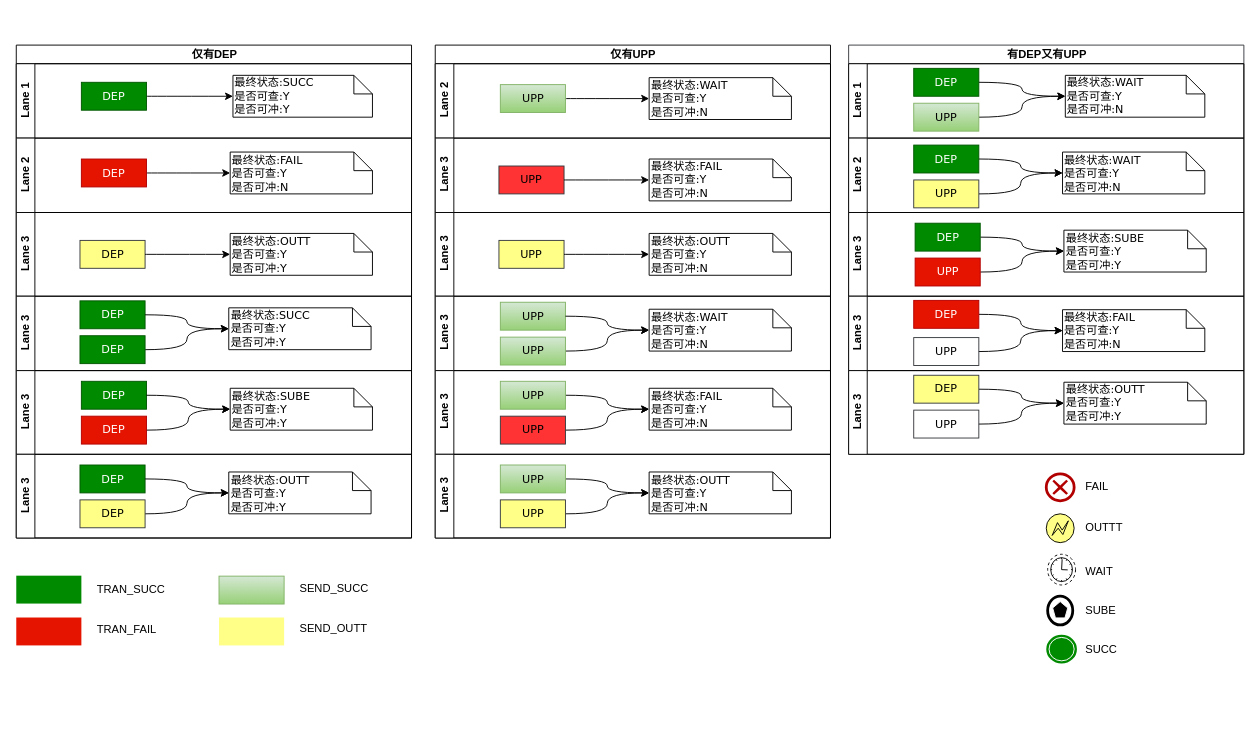
Above: 清算引擎交互流程图.drawio in staconfree/design (draw.io), before the change. Source tidied: cells renumbered, new cells numbered last; positions are measured from the earlier drawing's top-left corner, leaving out a move shared by most shapes. Both pictures are drawn from the tidied source at 93%, with x=0, y=0 at pixel (16, 45). Pictures stored in the file or linked from it are replaced by grey dashed boxes.
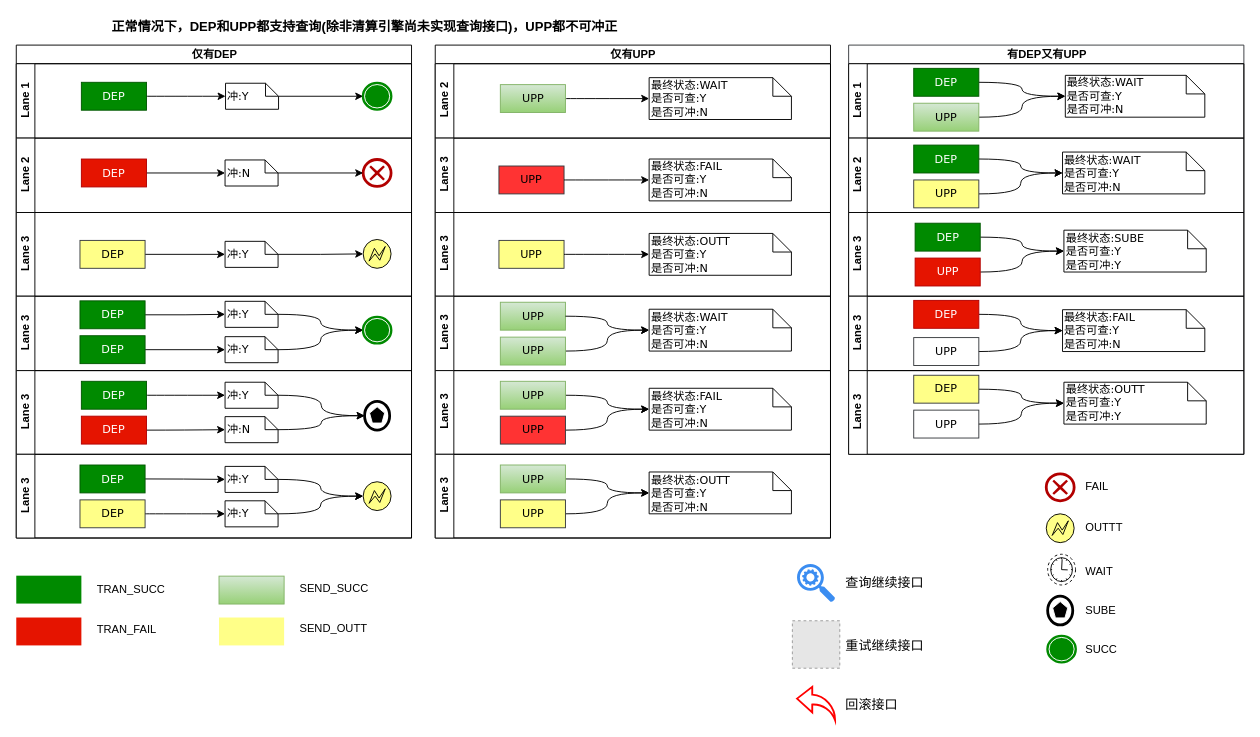
After the change.

Commit message (it also covers changes not shown here):
更新清算引擎交互流程图.drawio

Unchanged cells that the change refers to:
```xml
<mxCell id="3" value="Lane 1" style="swimlane;html=1;startSize=20;horizontal=0;" parent="2" vertex="1">
  <mxGeometry y="20" width="425" height="80" as="geometry" />
</mxCell>
<mxCell id="7" value="Lane 2" style="swimlane;html=1;startSize=20;horizontal=0;" parent="2" vertex="1">
  <mxGeometry y="100" width="425" height="80" as="geometry" />
</mxCell>
<mxCell id="9" value="DEP" style="rounded=0;whiteSpace=wrap;html=1;shadow=0;comic=0;labelBackgroundColor=none;strokeColor=#B20000;strokeWidth=1;fillColor=#e51400;fontFamily=Verdana;fontSize=12;fontColor=#ffffff;align=center;arcSize=50;" parent="7" vertex="1">
  <mxGeometry x="70" y="22.5" width="70" height="30" as="geometry" />
</mxCell>
<mxCell id="11" value="Lane 3" style="swimlane;html=1;startSize=20;horizontal=0;" parent="2" vertex="1">
  <mxGeometry y="180" width="425" height="90" as="geometry" />
</mxCell>
<mxCell id="12" value="DEP" style="rounded=0;whiteSpace=wrap;html=1;shadow=0;comic=0;labelBackgroundColor=none;strokeColor=#36393d;strokeWidth=1;fillColor=#ffff88;fontFamily=Verdana;fontSize=12;align=center;arcSize=50;" parent="11" vertex="1">
  <mxGeometry x="68.5" y="30" width="70" height="30" as="geometry" />
</mxCell>
<mxCell id="15" value="Lane 3" style="swimlane;html=1;startSize=20;horizontal=0;" parent="2" vertex="1">
  <mxGeometry y="270" width="425" height="80" as="geometry" />
</mxCell>
<mxCell id="16" value="DEP" style="rounded=0;whiteSpace=wrap;html=1;shadow=0;comic=0;labelBackgroundColor=none;strokeColor=#005700;strokeWidth=1;fillColor=#008a00;fontFamily=Verdana;fontSize=12;align=center;arcSize=50;fontColor=#ffffff;" parent="15" vertex="1">
  <mxGeometry x="68.5" y="5" width="70" height="30" as="geometry" />
</mxCell>
<mxCell id="20" value="DEP" style="rounded=0;whiteSpace=wrap;html=1;shadow=0;comic=0;labelBackgroundColor=none;strokeColor=#005700;strokeWidth=1;fillColor=#008a00;fontFamily=Verdana;fontSize=12;align=center;arcSize=50;fontColor=#ffffff;" parent="15" vertex="1">
  <mxGeometry x="68.5" y="42.5" width="70" height="30" as="geometry" />
</mxCell>
<mxCell id="21" value="Lane 3" style="swimlane;html=1;startSize=20;horizontal=0;" parent="2" vertex="1">
  <mxGeometry y="350" width="425" height="90" as="geometry" />
</mxCell>
<mxCell id="22" value="DEP" style="rounded=0;whiteSpace=wrap;html=1;shadow=0;comic=0;labelBackgroundColor=none;strokeColor=#005700;strokeWidth=1;fillColor=#008a00;fontFamily=Verdana;fontSize=12;fontColor=#ffffff;align=center;arcSize=50;" parent="21" vertex="1">
  <mxGeometry x="70" y="11.5" width="70" height="30" as="geometry" />
</mxCell>
<mxCell id="26" value="DEP" style="rounded=0;whiteSpace=wrap;html=1;shadow=0;comic=0;labelBackgroundColor=none;strokeColor=#B20000;strokeWidth=1;fillColor=#e51400;fontFamily=Verdana;fontSize=12;fontColor=#ffffff;align=center;arcSize=50;" parent="21" vertex="1">
  <mxGeometry x="70" y="49" width="70" height="30" as="geometry" />
</mxCell>
<mxCell id="27" value="Lane 3" style="swimlane;html=1;startSize=20;horizontal=0;" parent="2" vertex="1">
  <mxGeometry y="440" width="425" height="90" as="geometry" />
</mxCell>
<mxCell id="28" value="DEP" style="rounded=0;whiteSpace=wrap;html=1;shadow=0;comic=0;labelBackgroundColor=none;strokeColor=#005700;strokeWidth=1;fillColor=#008a00;fontFamily=Verdana;fontSize=12;align=center;arcSize=50;fontColor=#ffffff;" parent="27" vertex="1">
  <mxGeometry x="68.5" y="11.5" width="70" height="30" as="geometry" />
</mxCell>
<mxCell id="32" value="DEP" style="rounded=0;whiteSpace=wrap;html=1;shadow=0;comic=0;labelBackgroundColor=none;strokeColor=#36393d;strokeWidth=1;fillColor=#ffff88;fontFamily=Verdana;fontSize=12;align=center;arcSize=50;" parent="27" vertex="1">
  <mxGeometry x="68.5" y="49" width="70" height="30" as="geometry" />
</mxCell>
```

Diff of the diagram source:
```diff
@@
+    <mxCell id="113" style="edgeStyle=orthogonalEdgeStyle;rounded=0;jettySize=auto;html=1;fontSize=12;" parent="3" edge="1" source="6" target="114">
+      <mxGeometry relative="1" as="geometry" />
+    </mxCell>
-    <mxCell id="6" value="最终状态:SUCC&lt;br&gt;是否可查:Y&lt;br&gt;&lt;div&gt;是否可冲:Y&lt;/div&gt;" style="shape=note;whiteSpace=wrap;html=1;rounded=0;shadow=0;comic=0;labelBackgroundColor=none;strokeColor=#000000;strokeWidth=1;fillColor=#ffffff;fontFamily=Verdana;fontSize=12;fontColor=#000000;align=left;size=20;" parent="3" vertex="1">
-      <mxGeometry x="233" y="12.5" width="150" height="45" as="geometry" />
+    <mxCell id="6" value="冲:Y" style="shape=note;whiteSpace=wrap;html=1;rounded=0;shadow=0;comic=0;labelBackgroundColor=none;strokeColor=#000000;strokeWidth=1;fillColor=#ffffff;fontFamily=Verdana;fontSize=12;fontColor=#000000;align=left;size=14;" parent="3" vertex="1">
+      <mxGeometry x="225" y="21" width="57" height="28" as="geometry" />
     </mxCell>
+    <mxCell id="114" style="shape=mxgraph.bpmn.shape;html=1;verticalLabelPosition=bottom;labelBackgroundColor=#ffffff;verticalAlign=top;align=center;perimeter=ellipsePerimeter;outlineConnect=0;outline=end;symbol=terminate;strokeColor=#008A00;" parent="3" vertex="1">
+      <mxGeometry x="373" y="21" width="30" height="28" as="geometry" />
+    </mxCell>
@@
-    <mxCell id="8" style="edgeStyle=orthogonalEdgeStyle;curved=1;jettySize=auto;html=1;entryX=0;entryY=0.5;entryDx=0;entryDy=0;entryPerimeter=0;fontColor=#000000;" parent="7" edge="1" source="9" target="10">
-      <mxGeometry relative="1" as="geometry" />
-    </mxCell>
+    <mxCell id="115" style="edgeStyle=orthogonalEdgeStyle;rounded=0;jettySize=auto;html=1;entryX=0;entryY=0.5;entryDx=0;entryDy=0;entryPerimeter=0;fontSize=12;" parent="7" edge="1" source="9" target="118">
+      <mxGeometry relative="1" as="geometry" />
+    </mxCell>
@@
-    <mxCell id="10" value="最终状态:FAIL&lt;br&gt;是否可查:Y&lt;br&gt;&lt;div&gt;是否可冲:N&lt;/div&gt;" style="shape=note;whiteSpace=wrap;html=1;rounded=0;shadow=0;comic=0;labelBackgroundColor=none;strokeColor=#000000;strokeWidth=1;fillColor=#ffffff;fontFamily=Verdana;fontSize=12;fontColor=#000000;align=left;size=20;" parent="7" vertex="1">
-      <mxGeometry x="230" y="15" width="153" height="45" as="geometry" />
-    </mxCell>
+    <mxCell id="116" style="shape=mxgraph.bpmn.shape;html=1;verticalLabelPosition=bottom;labelBackgroundColor=#ffffff;verticalAlign=top;align=center;perimeter=ellipsePerimeter;outlineConnect=0;outline=end;symbol=cancel;fillColor=none;strokeColor=#B20000;fontColor=#ffffff;" parent="7" vertex="1">
+      <mxGeometry x="373" y="23" width="30" height="29" as="geometry" />
+    </mxCell>
+    <mxCell id="117" style="edgeStyle=orthogonalEdgeStyle;rounded=0;jettySize=auto;html=1;fontSize=12;" parent="7" edge="1" source="118" target="116">
+      <mxGeometry relative="1" as="geometry" />
+    </mxCell>
+    <mxCell id="118" value="冲:N" style="shape=note;whiteSpace=wrap;html=1;rounded=0;shadow=0;comic=0;labelBackgroundColor=none;strokeColor=#000000;strokeWidth=1;fillColor=#ffffff;fontFamily=Verdana;fontSize=12;fontColor=#000000;align=left;size=14;" parent="7" vertex="1">
+      <mxGeometry x="224.5" y="23.5" width="57" height="28" as="geometry" />
+    </mxCell>
@@
+    <mxCell id="119" style="edgeStyle=orthogonalEdgeStyle;rounded=0;jettySize=auto;html=1;entryX=0;entryY=0.5;entryDx=0;entryDy=0;entryPerimeter=0;fontSize=12;" parent="11" edge="1" source="12" target="122">
+      <mxGeometry relative="1" as="geometry" />
+    </mxCell>
@@
-    <mxCell id="13" value="最终状态:OUTT&lt;br&gt;是否可查:Y&lt;br&gt;&lt;div&gt;是否可冲:Y&lt;/div&gt;" style="shape=note;whiteSpace=wrap;html=1;rounded=0;shadow=0;comic=0;labelBackgroundColor=none;strokeColor=#000000;strokeWidth=1;fillColor=#ffffff;fontFamily=Verdana;fontSize=12;fontColor=#000000;align=left;size=20;" parent="11" vertex="1">
-      <mxGeometry x="230" y="22.5" width="153" height="45" as="geometry" />
-    </mxCell>
-    <mxCell id="14" style="edgeStyle=orthogonalEdgeStyle;curved=1;jettySize=auto;html=1;entryX=0;entryY=0.5;entryDx=0;entryDy=0;entryPerimeter=0;fontColor=#000000;" parent="11" edge="1" source="12" target="13">
-      <mxGeometry relative="1" as="geometry" />
-    </mxCell>
+    <mxCell id="120" style="shape=mxgraph.bpmn.shape;html=1;verticalLabelPosition=bottom;labelBackgroundColor=#ffffff;verticalAlign=top;align=center;perimeter=ellipsePerimeter;outlineConnect=0;outline=eventInt;symbol=error;fillColor=#FFFF88;" parent="11" vertex="1">
+      <mxGeometry x="373" y="29" width="30" height="31" as="geometry" />
+    </mxCell>
+    <mxCell id="121" style="edgeStyle=orthogonalEdgeStyle;rounded=0;jettySize=auto;html=1;fontSize=12;" parent="11" edge="1" source="122" target="120">
+      <mxGeometry relative="1" as="geometry" />
+    </mxCell>
+    <mxCell id="122" value="冲:Y" style="shape=note;whiteSpace=wrap;html=1;rounded=0;shadow=0;comic=0;labelBackgroundColor=none;strokeColor=#000000;strokeWidth=1;fillColor=#ffffff;fontFamily=Verdana;fontSize=12;fontColor=#000000;align=left;size=14;" parent="11" vertex="1">
+      <mxGeometry x="224.5" y="31" width="57" height="28" as="geometry" />
+    </mxCell>
@@
+    <mxCell id="123" style="edgeStyle=orthogonalEdgeStyle;rounded=0;jettySize=auto;html=1;fontSize=12;" parent="15" edge="1" source="16" target="126">
+      <mxGeometry relative="1" as="geometry" />
+    </mxCell>
@@
-    <mxCell id="17" value="最终状态:SUCC&lt;br&gt;是否可查:Y&lt;br&gt;&lt;div&gt;是否可冲:Y&lt;/div&gt;" style="shape=note;whiteSpace=wrap;html=1;rounded=0;shadow=0;comic=0;labelBackgroundColor=none;strokeColor=#000000;strokeWidth=1;fillColor=#ffffff;fontFamily=Verdana;fontSize=12;fontColor=#000000;align=left;size=20;" parent="15" vertex="1">
-      <mxGeometry x="228.5" y="12.5" width="153" height="45" as="geometry" />
-    </mxCell>
-    <mxCell id="18" style="edgeStyle=orthogonalEdgeStyle;curved=1;jettySize=auto;html=1;entryX=0;entryY=0.5;entryDx=0;entryDy=0;entryPerimeter=0;fontColor=#000000;" parent="15" edge="1" source="16" target="17">
-      <mxGeometry relative="1" as="geometry" />
-    </mxCell>
-    <mxCell id="19" style="edgeStyle=orthogonalEdgeStyle;curved=1;jettySize=auto;html=1;fontColor=#000000;" parent="15" edge="1" source="20" target="17">
-      <mxGeometry relative="1" as="geometry" />
-    </mxCell>
+    <mxCell id="124" style="edgeStyle=orthogonalEdgeStyle;rounded=0;jettySize=auto;html=1;fontSize=12;" parent="15" edge="1" source="20" target="128">
+      <mxGeometry relative="1" as="geometry" />
+    </mxCell>
@@
+    <mxCell id="125" style="edgeStyle=orthogonalEdgeStyle;jettySize=auto;html=1;fontSize=12;curved=1;" parent="15" edge="1" source="126" target="129">
+      <mxGeometry relative="1" as="geometry" />
+    </mxCell>
+    <mxCell id="126" value="冲:Y" style="shape=note;whiteSpace=wrap;html=1;rounded=0;shadow=0;comic=0;labelBackgroundColor=none;strokeColor=#000000;strokeWidth=1;fillColor=#ffffff;fontFamily=Verdana;fontSize=12;fontColor=#000000;align=left;size=14;" parent="15" vertex="1">
+      <mxGeometry x="224.5" y="5.5" width="57" height="28" as="geometry" />
+    </mxCell>
+    <mxCell id="127" style="edgeStyle=orthogonalEdgeStyle;curved=1;jettySize=auto;html=1;fontSize=12;" parent="15" edge="1" source="128" target="129">
+      <mxGeometry relative="1" as="geometry" />
+    </mxCell>
+    <mxCell id="128" value="冲:Y" style="shape=note;whiteSpace=wrap;html=1;rounded=0;shadow=0;comic=0;labelBackgroundColor=none;strokeColor=#000000;strokeWidth=1;fillColor=#ffffff;fontFamily=Verdana;fontSize=12;fontColor=#000000;align=left;size=14;" parent="15" vertex="1">
+      <mxGeometry x="224.5" y="43.5" width="57" height="28" as="geometry" />
+    </mxCell>
+    <mxCell id="129" style="shape=mxgraph.bpmn.shape;html=1;verticalLabelPosition=bottom;labelBackgroundColor=#ffffff;verticalAlign=top;align=center;perimeter=ellipsePerimeter;outlineConnect=0;outline=end;symbol=terminate;strokeColor=#008A00;" parent="15" vertex="1">
+      <mxGeometry x="373" y="22.5" width="30" height="28" as="geometry" />
+    </mxCell>
@@
+    <mxCell id="130" style="edgeStyle=orthogonalEdgeStyle;curved=1;jettySize=auto;html=1;fontSize=12;" parent="21" edge="1" source="22" target="134">
+      <mxGeometry relative="1" as="geometry" />
+    </mxCell>
@@
-    <mxCell id="23" value="最终状态:SUBE&lt;br&gt;是否可查:Y&lt;br&gt;&lt;div&gt;是否可冲:Y&lt;/div&gt;" style="shape=note;whiteSpace=wrap;html=1;rounded=0;shadow=0;comic=0;labelBackgroundColor=none;strokeColor=#000000;strokeWidth=1;fillColor=#ffffff;fontFamily=Verdana;fontSize=12;fontColor=#000000;align=left;size=20;" parent="21" vertex="1">
-      <mxGeometry x="230" y="19" width="153" height="45" as="geometry" />
-    </mxCell>
-    <mxCell id="24" style="edgeStyle=orthogonalEdgeStyle;curved=1;jettySize=auto;html=1;entryX=0;entryY=0.5;entryDx=0;entryDy=0;entryPerimeter=0;fontColor=#000000;" parent="21" edge="1" source="22" target="23">
-      <mxGeometry relative="1" as="geometry" />
-    </mxCell>
-    <mxCell id="25" style="edgeStyle=orthogonalEdgeStyle;curved=1;jettySize=auto;html=1;fontColor=#000000;" parent="21" edge="1" source="26" target="23">
-      <mxGeometry relative="1" as="geometry" />
-    </mxCell>
+    <mxCell id="131" style="edgeStyle=orthogonalEdgeStyle;curved=1;jettySize=auto;html=1;fontSize=12;" parent="21" edge="1" source="26" target="136">
+      <mxGeometry relative="1" as="geometry" />
+    </mxCell>
@@
+    <mxCell id="132" style="shape=mxgraph.bpmn.shape;html=1;verticalLabelPosition=bottom;labelBackgroundColor=#ffffff;verticalAlign=top;align=center;perimeter=ellipsePerimeter;outlineConnect=0;outline=end;symbol=multiple;" parent="21" vertex="1">
+      <mxGeometry x="374.5" y="33" width="27" height="31" as="geometry" />
+    </mxCell>
+    <mxCell id="133" style="edgeStyle=orthogonalEdgeStyle;curved=1;jettySize=auto;html=1;fontSize=12;" parent="21" edge="1" source="134" target="132">
+      <mxGeometry relative="1" as="geometry" />
+    </mxCell>
+    <mxCell id="134" value="冲:Y" style="shape=note;whiteSpace=wrap;html=1;rounded=0;shadow=0;comic=0;labelBackgroundColor=none;strokeColor=#000000;strokeWidth=1;fillColor=#ffffff;fontFamily=Verdana;fontSize=12;fontColor=#000000;align=left;size=14;" parent="21" vertex="1">
+      <mxGeometry x="224.5" y="12.5" width="57" height="28" as="geometry" />
+    </mxCell>
+    <mxCell id="135" style="edgeStyle=orthogonalEdgeStyle;curved=1;jettySize=auto;html=1;fontSize=12;" parent="21" edge="1" source="136" target="132">
+      <mxGeometry relative="1" as="geometry" />
+    </mxCell>
+    <mxCell id="136" value="冲:N" style="shape=note;whiteSpace=wrap;html=1;rounded=0;shadow=0;comic=0;labelBackgroundColor=none;strokeColor=#000000;strokeWidth=1;fillColor=#ffffff;fontFamily=Verdana;fontSize=12;fontColor=#000000;align=left;size=14;" parent="21" vertex="1">
+      <mxGeometry x="224.5" y="49.5" width="57" height="28" as="geometry" />
+    </mxCell>
@@
+    <mxCell id="137" style="edgeStyle=orthogonalEdgeStyle;curved=1;jettySize=auto;html=1;fontSize=12;" parent="27" edge="1" source="28" target="141">
+      <mxGeometry relative="1" as="geometry" />
+    </mxCell>
@@
-    <mxCell id="29" value="最终状态:OUTT&lt;br&gt;是否可查:Y&lt;br&gt;&lt;div&gt;是否可冲:Y&lt;/div&gt;" style="shape=note;whiteSpace=wrap;html=1;rounded=0;shadow=0;comic=0;labelBackgroundColor=none;strokeColor=#000000;strokeWidth=1;fillColor=#ffffff;fontFamily=Verdana;fontSize=12;fontColor=#000000;align=left;size=20;" parent="27" vertex="1">
-      <mxGeometry x="228.5" y="19" width="153" height="45" as="geometry" />
-    </mxCell>
-    <mxCell id="30" style="edgeStyle=orthogonalEdgeStyle;curved=1;jettySize=auto;html=1;entryX=0;entryY=0.5;entryDx=0;entryDy=0;entryPerimeter=0;fontColor=#000000;" parent="27" edge="1" source="28" target="29">
-      <mxGeometry relative="1" as="geometry" />
-    </mxCell>
-    <mxCell id="31" style="edgeStyle=orthogonalEdgeStyle;curved=1;jettySize=auto;html=1;fontColor=#000000;" parent="27" edge="1" source="32" target="29">
-      <mxGeometry relative="1" as="geometry" />
-    </mxCell>
+    <mxCell id="138" style="edgeStyle=orthogonalEdgeStyle;curved=1;jettySize=auto;html=1;entryX=0;entryY=0.5;entryDx=0;entryDy=0;entryPerimeter=0;fontSize=12;" parent="27" edge="1" source="32" target="143">
+      <mxGeometry relative="1" as="geometry" />
+    </mxCell>
@@
+    <mxCell id="139" style="shape=mxgraph.bpmn.shape;html=1;verticalLabelPosition=bottom;labelBackgroundColor=#ffffff;verticalAlign=top;align=center;perimeter=ellipsePerimeter;outlineConnect=0;outline=eventInt;symbol=error;fillColor=#FFFF88;" parent="27" vertex="1">
+      <mxGeometry x="373" y="29.5" width="30" height="31" as="geometry" />
+    </mxCell>
+    <mxCell id="140" style="edgeStyle=orthogonalEdgeStyle;curved=1;jettySize=auto;html=1;fontSize=12;" parent="27" edge="1" source="141" target="139">
+      <mxGeometry relative="1" as="geometry" />
+    </mxCell>
+    <mxCell id="141" value="冲:Y" style="shape=note;whiteSpace=wrap;html=1;rounded=0;shadow=0;comic=0;labelBackgroundColor=none;strokeColor=#000000;strokeWidth=1;fillColor=#ffffff;fontFamily=Verdana;fontSize=12;fontColor=#000000;align=left;size=14;" parent="27" vertex="1">
+      <mxGeometry x="224.5" y="13" width="57" height="28" as="geometry" />
+    </mxCell>
+    <mxCell id="142" style="edgeStyle=orthogonalEdgeStyle;curved=1;jettySize=auto;html=1;fontSize=12;" parent="27" edge="1" source="143" target="139">
+      <mxGeometry relative="1" as="geometry" />
+    </mxCell>
+    <mxCell id="143" value="冲:Y" style="shape=note;whiteSpace=wrap;html=1;rounded=0;shadow=0;comic=0;labelBackgroundColor=none;strokeColor=#000000;strokeWidth=1;fillColor=#ffffff;fontFamily=Verdana;fontSize=12;fontColor=#000000;align=left;size=14;" parent="27" vertex="1">
+      <mxGeometry x="224.5" y="50" width="57" height="28" as="geometry" />
+    </mxCell>
@@
+    <mxCell id="144" value="正常情况下，DEP和UPP都支持查询(除非清算引擎尚未实现查询接口)，UPP都不可冲正" style="text;html=1;align=left;verticalAlign=top;spacingTop=-4;fontSize=14;strokeWidth=1;fontStyle=1;" parent="1" vertex="1">
+      <mxGeometry x="101" y="-31" width="480" height="20" as="geometry" />
+    </mxCell>
+    <mxCell id="145" style="html=1;strokeColor=none;shadow=0;align=center;verticalAlign=top;fillColor=#3B8DF1;shape=mxgraph.gcp2.search_api;fontSize=14;" parent="1" vertex="1">
+      <mxGeometry x="839.5" y="558" width="41" height="41" as="geometry" />
+    </mxCell>
+    <mxCell id="146" value="查询继续接口" style="text;html=1;align=left;verticalAlign=top;spacingTop=-4;fontSize=14;" parent="1" vertex="1">
+      <mxGeometry x="890" y="567" width="100" height="20" as="geometry" />
+    </mxCell>
+    <mxCell id="147" style="fillColor=#E6E6E6;strokeColor=#999999;dashed=1;html=1;verticalAlign=top;verticalLabelPosition=bottom;labelBackgroundColor=#ffffff;fontSize=14;" parent="1" vertex="1">
+      <mxGeometry x="834.5" y="619" width="51" height="51" as="geometry" />
+    </mxCell>
+    <mxCell id="148" style="html=1;verticalLabelPosition=bottom;align=center;labelBackgroundColor=#ffffff;verticalAlign=top;strokeWidth=2;strokeColor=#FF0000;fillColor=#ffffff;shadow=0;dashed=0;shape=mxgraph.ios7.icons.back;fontSize=14;" parent="1" vertex="1">
+      <mxGeometry x="839.5" y="690" width="41" height="36" as="geometry" />
+    </mxCell>
+    <mxCell id="149" value="重试继续接口" style="text;html=1;align=left;verticalAlign=top;spacingTop=-4;fontSize=14;" parent="1" vertex="1">
+      <mxGeometry x="890" y="634.5" width="100" height="20" as="geometry" />
+    </mxCell>
+    <mxCell id="150" value="回滚接口" style="text;html=1;align=left;verticalAlign=top;spacingTop=-4;fontSize=14;" parent="1" vertex="1">
+      <mxGeometry x="890" y="698" width="70" height="20" as="geometry" />
+    </mxCell>
```
